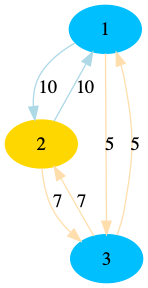
Earlier version of the Graphviz export run/output/graph031.gv.png (CarlosMatheus/Distributed-Minimum-Spanning-Tree). Its source is kept beside it as run/output/graph031.gv.
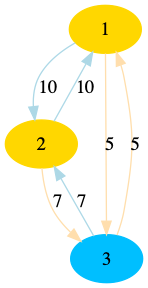
After the commit.

What changed in the source:
```diff
@@ -1,11 +1,11 @@
 digraph "output/graph031" {
-	1 [color=deepskyblue1 style=filled]
+	1 [color=gold1 style=filled]
 	2 [color=gold1 style=filled]
 	3 [color=deepskyblue1 style=filled]
 	1 -> 2 [label=10 color=lightblue]
 	2 -> 1 [label=10 color=lightblue]
 	2 -> 3 [label=7 color=navajowhite]
-	3 -> 2 [label=7 color=navajowhite]
+	3 -> 2 [label=7 color=lightblue]
 	1 -> 3 [label=5 color=navajowhite]
 	3 -> 1 [label=5 color=navajowhite]
 }
```
